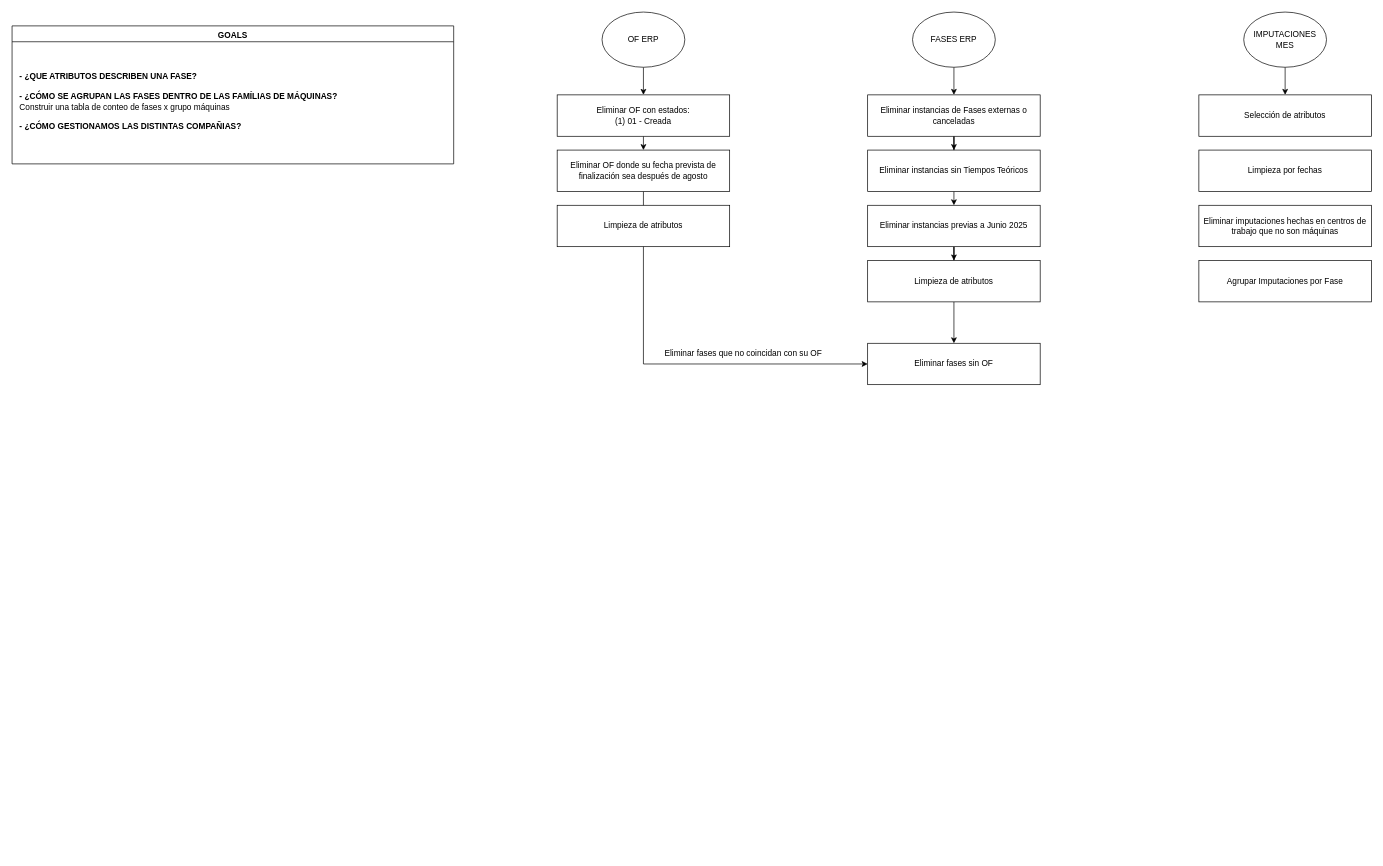
Before: Diagrama_Inspección.drawio in muntrans/TFM, a draw.io diagram. Source tidied: cells renumbered, new cells numbered last; positions are measured from the earlier drawing's top-left corner, leaving out a move shared by most shapes. Both pictures are drawn from the tidied source at 69%, with x=0, y=0 at pixel (12, 12).
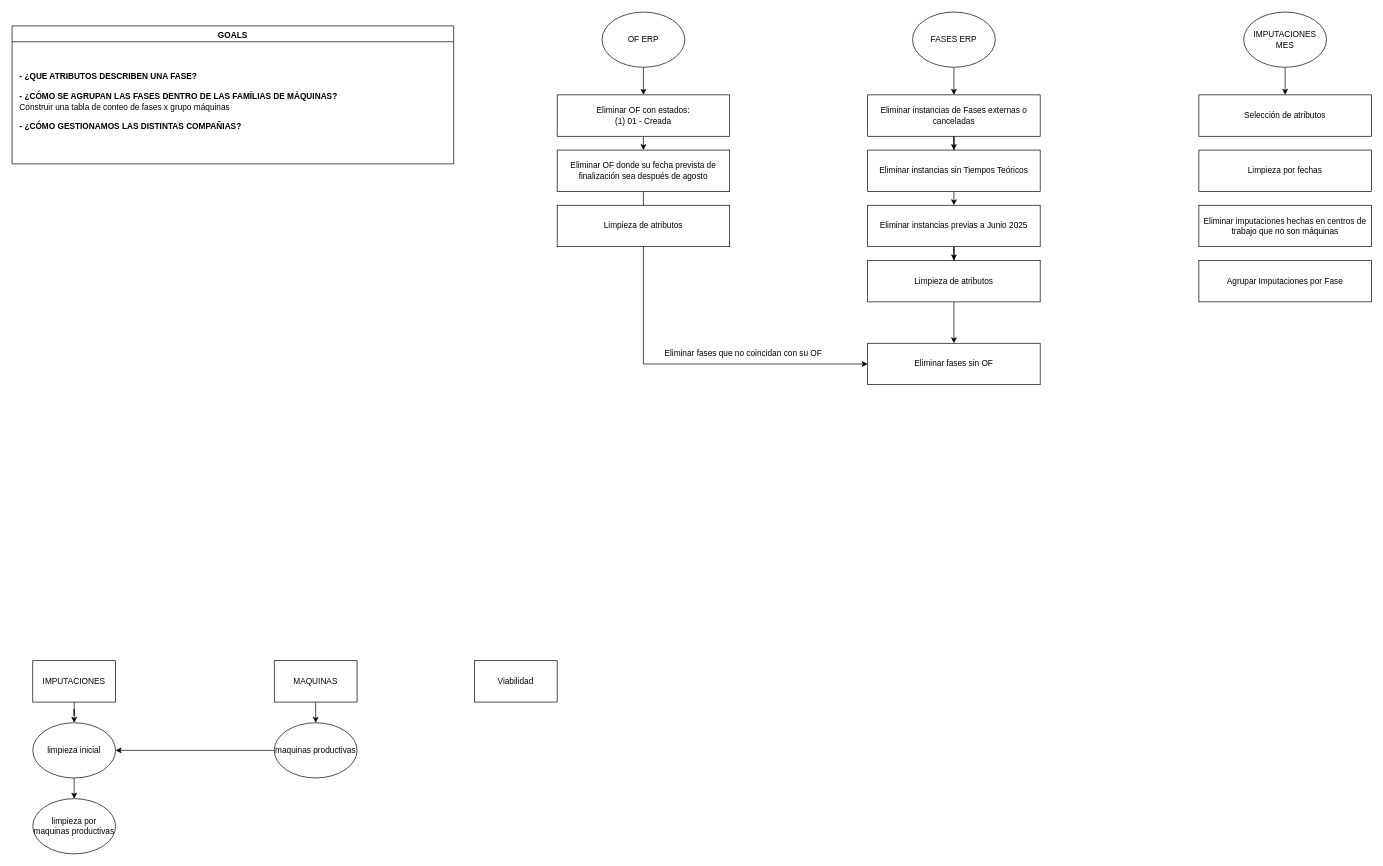
The same page after the edit.

Diff of the diagram source:
```diff
@@
+    <mxCell id="29" style="edgeStyle=orthogonalEdgeStyle;rounded=0;jettySize=auto;html=1;exitX=0;exitY=0.5;exitDx=0;exitDy=0;entryX=1;entryY=0.5;entryDx=0;entryDy=0;" parent="1" edge="1" source="30" target="32">
+      <mxGeometry relative="1" as="geometry" />
+    </mxCell>
+    <mxCell id="30" value="maquinas productivas" style="ellipse;whiteSpace=wrap;html=1;shapeInside=1;" parent="1" vertex="1">
+      <mxGeometry x="380" y="1030" width="120" height="80" as="geometry" />
+    </mxCell>
+    <mxCell id="31" style="edgeStyle=orthogonalEdgeStyle;rounded=0;jettySize=auto;html=1;exitX=0.5;exitY=1;exitDx=0;exitDy=0;entryX=0.5;entryY=0;entryDx=0;entryDy=0;" parent="1" edge="1" source="32" target="37">
+      <mxGeometry relative="1" as="geometry" />
+    </mxCell>
+    <mxCell id="32" value="limpieza inicial" style="ellipse;whiteSpace=wrap;html=1;shapeInside=1;" parent="1" vertex="1">
+      <mxGeometry x="30" y="1030" width="120" height="80" as="geometry" />
+    </mxCell>
+    <mxCell id="33" style="edgeStyle=orthogonalEdgeStyle;rounded=0;jettySize=auto;html=1;exitX=0.5;exitY=1;exitDx=0;exitDy=0;" parent="1" edge="1" source="34" target="32">
+      <mxGeometry relative="1" as="geometry" />
+    </mxCell>
+    <mxCell id="34" value="IMPUTACIONES" style="rounded=0;whiteSpace=wrap;html=1;" parent="1" vertex="1">
+      <mxGeometry x="30" y="940" width="120" height="60" as="geometry" />
+    </mxCell>
+    <mxCell id="35" style="edgeStyle=orthogonalEdgeStyle;rounded=0;jettySize=auto;html=1;exitX=0.5;exitY=1;exitDx=0;exitDy=0;entryX=0.5;entryY=0;entryDx=0;entryDy=0;" parent="1" edge="1" source="36" target="30">
+      <mxGeometry relative="1" as="geometry" />
+    </mxCell>
+    <mxCell id="36" value="MAQUINAS" style="rounded=0;whiteSpace=wrap;html=1;" parent="1" vertex="1">
+      <mxGeometry x="380" y="940" width="120" height="60" as="geometry" />
+    </mxCell>
+    <mxCell id="37" value="limpieza por maquinas productivas" style="ellipse;whiteSpace=wrap;html=1;shapeInside=1;" parent="1" vertex="1">
+      <mxGeometry x="30" y="1140" width="120" height="80" as="geometry" />
+    </mxCell>
+    <mxCell id="38" value="Viabilidad" style="rounded=0;whiteSpace=wrap;html=1;" parent="1" vertex="1">
+      <mxGeometry x="670" y="940" width="120" height="60" as="geometry" />
+    </mxCell>
```
